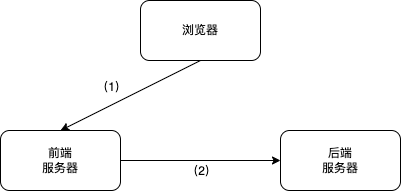
matter-labs/l2-intro-pre-ethdenver keeps this draw.io diagram as frontend.drawio.png. Above is the earlier version. Source tidied: cells renumbered, new cells last; positions are measured from the earlier drawing's top-left corner, leaving out a move shared by most shapes.
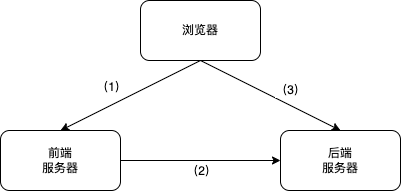
The same file after the commit.

The edit, as a diff of the source:
```diff
@@ -5,6 +5,9 @@
     <mxCell id="2" value="（1）" style="rounded=0;jettySize=auto;html=1;exitX=0.5;exitY=1;exitDx=0;exitDy=0;entryX=0.5;entryY=0;entryDx=0;entryDy=0;labelBackgroundColor=none;fontColor=default;" parent="1" edge="1" source="3" target="6">
       <mxGeometry x="0.17" y="-16" relative="1" as="geometry" />
     </mxCell>
+    <mxCell id="8" value="（3）" style="rounded=0;jettySize=auto;html=1;exitX=0.5;exitY=1;exitDx=0;exitDy=0;entryX=0.5;entryY=0;entryDx=0;entryDy=0;" parent="1" edge="1" source="3" target="7">
+      <mxGeometry x="0.2" y="13" relative="1" as="geometry" />
+    </mxCell>
     <mxCell id="3" value="浏览器" style="rounded=1;whiteSpace=wrap;html=1;labelBackgroundColor=none;" parent="1" vertex="1">
       <mxGeometry x="140" width="120" height="60" as="geometry" />
     </mxCell>
```
